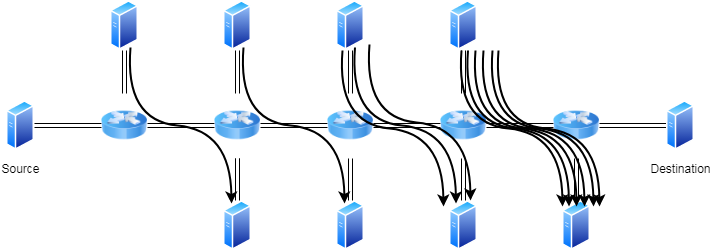
Before: out_hope_vs_timely/skinnyTopology.png, a diagram exported from draw.io (serhatarslan-hub/congestion-control-benchmark). Source tidied: cells renumbered, new cells last; positions are measured from the earlier drawing's top-left corner, leaving out a move shared by most shapes. Its diagram source:
```xml
<mxGraphModel background="#ffffff">
  <root>
    <mxCell id="0" />
    <mxCell id="1" parent="0" />
    <mxCell id="2" style="edgeStyle=orthogonalEdgeStyle;rounded=0;jettySize=auto;html=1;exitX=1;exitY=0.5;exitDx=0;exitDy=0;entryX=0;entryY=0.5;entryDx=0;entryDy=0;shape=link;" parent="1" edge="1" source="3" target="9">
      <mxGeometry relative="1" as="geometry" />
    </mxCell>
    <mxCell id="3" style="perimeter=ellipsePerimeter;html=1;align=center;shadow=0;dashed=0;spacingTop=3;image;image=img/lib/active_directory/generic_server.svg;" parent="1" vertex="1">
      <mxGeometry x="6" y="100" width="28" height="50" as="geometry" />
    </mxCell>
    <mxCell id="4" style="edgeStyle=orthogonalEdgeStyle;shape=link;rounded=0;jettySize=auto;html=1;exitX=0.5;exitY=1;exitDx=0;exitDy=0;entryX=0.5;entryY=0;entryDx=0;entryDy=0;" parent="1" edge="1" source="5" target="9">
      <mxGeometry relative="1" as="geometry" />
    </mxCell>
    <mxCell id="5" style="perimeter=ellipsePerimeter;html=1;align=center;shadow=0;dashed=0;spacingTop=3;image;image=img/lib/active_directory/generic_server.svg;" parent="1" vertex="1">
      <mxGeometry x="110" width="28" height="50" as="geometry" />
    </mxCell>
    <mxCell id="6" style="edgeStyle=orthogonalEdgeStyle;shape=link;rounded=0;jettySize=auto;html=1;exitX=0.5;exitY=0;exitDx=0;exitDy=0;entryX=0.5;entryY=1;entryDx=0;entryDy=0;" parent="1" edge="1" source="7" target="11">
      <mxGeometry relative="1" as="geometry" />
    </mxCell>
    <mxCell id="7" style="perimeter=ellipsePerimeter;html=1;align=center;shadow=0;dashed=0;spacingTop=3;image;image=img/lib/active_directory/generic_server.svg;" parent="1" vertex="1">
      <mxGeometry x="223" y="200" width="28" height="50" as="geometry" />
    </mxCell>
    <mxCell id="8" style="edgeStyle=orthogonalEdgeStyle;shape=link;rounded=0;jettySize=auto;html=1;exitX=1;exitY=0.5;exitDx=0;exitDy=0;entryX=0;entryY=0.5;entryDx=0;entryDy=0;" parent="1" edge="1" source="9" target="11">
      <mxGeometry relative="1" as="geometry" />
    </mxCell>
    <mxCell id="9" style="image;html=1;labelBackgroundColor=#ffffff;image=img/lib/clip_art/networking/Router_Icon_128x128.png;" parent="1" vertex="1">
      <mxGeometry x="101" y="92.5" width="46" height="65" as="geometry" />
    </mxCell>
    <mxCell id="10" style="edgeStyle=orthogonalEdgeStyle;shape=link;rounded=0;jettySize=auto;html=1;exitX=1;exitY=0.5;exitDx=0;exitDy=0;entryX=0;entryY=0.5;entryDx=0;entryDy=0;" parent="1" edge="1" source="11" target="13">
      <mxGeometry relative="1" as="geometry" />
    </mxCell>
    <mxCell id="11" style="image;html=1;labelBackgroundColor=#ffffff;image=img/lib/clip_art/networking/Router_Icon_128x128.png;" parent="1" vertex="1">
      <mxGeometry x="214" y="92.5" width="46" height="65" as="geometry" />
    </mxCell>
    <mxCell id="12" style="edgeStyle=orthogonalEdgeStyle;shape=link;rounded=0;jettySize=auto;html=1;exitX=1;exitY=0.5;exitDx=0;exitDy=0;entryX=0;entryY=0.5;entryDx=0;entryDy=0;" parent="1" edge="1" source="13" target="15">
      <mxGeometry relative="1" as="geometry" />
    </mxCell>
    <mxCell id="13" style="image;html=1;labelBackgroundColor=#ffffff;image=img/lib/clip_art/networking/Router_Icon_128x128.png;" parent="1" vertex="1">
      <mxGeometry x="327" y="92.5" width="46" height="65" as="geometry" />
    </mxCell>
    <mxCell id="14" style="edgeStyle=orthogonalEdgeStyle;shape=link;rounded=0;jettySize=auto;html=1;exitX=1;exitY=0.5;exitDx=0;exitDy=0;entryX=0;entryY=0.5;entryDx=0;entryDy=0;" parent="1" edge="1" source="15" target="17">
      <mxGeometry relative="1" as="geometry" />
    </mxCell>
    <mxCell id="15" style="image;html=1;labelBackgroundColor=#ffffff;image=img/lib/clip_art/networking/Router_Icon_128x128.png;" parent="1" vertex="1">
      <mxGeometry x="440" y="92.5" width="46" height="65" as="geometry" />
    </mxCell>
    <mxCell id="16" style="edgeStyle=orthogonalEdgeStyle;shape=link;rounded=0;jettySize=auto;html=1;exitX=1;exitY=0.5;exitDx=0;exitDy=0;entryX=0;entryY=0.5;entryDx=0;entryDy=0;" parent="1" edge="1" source="17" target="30">
      <mxGeometry relative="1" as="geometry" />
    </mxCell>
    <mxCell id="17" style="image;html=1;labelBackgroundColor=#ffffff;image=img/lib/clip_art/networking/Router_Icon_128x128.png;" parent="1" vertex="1">
      <mxGeometry x="553" y="92.5" width="46" height="65" as="geometry" />
    </mxCell>
    <mxCell id="18" style="edgeStyle=orthogonalEdgeStyle;shape=link;rounded=0;jettySize=auto;html=1;exitX=0.5;exitY=1;exitDx=0;exitDy=0;entryX=0.5;entryY=0;entryDx=0;entryDy=0;" parent="1" edge="1" source="19" target="11">
      <mxGeometry relative="1" as="geometry" />
    </mxCell>
    <mxCell id="19" style="perimeter=ellipsePerimeter;html=1;align=center;shadow=0;dashed=0;spacingTop=3;image;image=img/lib/active_directory/generic_server.svg;" parent="1" vertex="1">
      <mxGeometry x="223" width="28" height="50" as="geometry" />
    </mxCell>
    <mxCell id="20" style="edgeStyle=orthogonalEdgeStyle;shape=link;rounded=0;jettySize=auto;html=1;exitX=0.5;exitY=1;exitDx=0;exitDy=0;entryX=0.5;entryY=0;entryDx=0;entryDy=0;" parent="1" edge="1" source="21" target="13">
      <mxGeometry relative="1" as="geometry" />
    </mxCell>
    <mxCell id="21" style="perimeter=ellipsePerimeter;html=1;align=center;shadow=0;dashed=0;spacingTop=3;image;image=img/lib/active_directory/generic_server.svg;" parent="1" vertex="1">
      <mxGeometry x="336" width="28" height="50" as="geometry" />
    </mxCell>
    <mxCell id="22" style="edgeStyle=orthogonalEdgeStyle;shape=link;rounded=0;jettySize=auto;html=1;exitX=0.5;exitY=0;exitDx=0;exitDy=0;entryX=0.5;entryY=1;entryDx=0;entryDy=0;" parent="1" edge="1" source="23" target="13">
      <mxGeometry relative="1" as="geometry" />
    </mxCell>
    <mxCell id="23" style="perimeter=ellipsePerimeter;html=1;align=center;shadow=0;dashed=0;spacingTop=3;image;image=img/lib/active_directory/generic_server.svg;" parent="1" vertex="1">
      <mxGeometry x="336" y="200" width="28" height="50" as="geometry" />
    </mxCell>
    <mxCell id="24" style="edgeStyle=orthogonalEdgeStyle;shape=link;rounded=0;jettySize=auto;html=1;exitX=0.5;exitY=1;exitDx=0;exitDy=0;entryX=0.5;entryY=0;entryDx=0;entryDy=0;" parent="1" edge="1" source="25" target="15">
      <mxGeometry relative="1" as="geometry" />
    </mxCell>
    <mxCell id="25" style="perimeter=ellipsePerimeter;html=1;align=center;shadow=0;dashed=0;spacingTop=3;image;image=img/lib/active_directory/generic_server.svg;" parent="1" vertex="1">
      <mxGeometry x="449" width="28" height="50" as="geometry" />
    </mxCell>
    <mxCell id="26" style="edgeStyle=orthogonalEdgeStyle;shape=link;rounded=0;jettySize=auto;html=1;exitX=0.5;exitY=0;exitDx=0;exitDy=0;entryX=0.5;entryY=1;entryDx=0;entryDy=0;" parent="1" edge="1" source="27" target="15">
      <mxGeometry relative="1" as="geometry" />
    </mxCell>
    <mxCell id="27" style="perimeter=ellipsePerimeter;html=1;align=center;shadow=0;dashed=0;spacingTop=3;image;image=img/lib/active_directory/generic_server.svg;" parent="1" vertex="1">
      <mxGeometry x="449" y="200" width="28" height="50" as="geometry" />
    </mxCell>
    <mxCell id="28" style="edgeStyle=orthogonalEdgeStyle;shape=link;rounded=0;jettySize=auto;html=1;exitX=0.5;exitY=0;exitDx=0;exitDy=0;entryX=0.5;entryY=1;entryDx=0;entryDy=0;" parent="1" edge="1" source="29" target="17">
      <mxGeometry relative="1" as="geometry" />
    </mxCell>
    <mxCell id="29" style="perimeter=ellipsePerimeter;html=1;align=center;shadow=0;dashed=0;spacingTop=3;image;image=img/lib/active_directory/generic_server.svg;" parent="1" vertex="1">
      <mxGeometry x="562" y="200" width="28" height="50" as="geometry" />
    </mxCell>
    <mxCell id="30" style="perimeter=ellipsePerimeter;html=1;align=center;shadow=0;dashed=0;spacingTop=3;image;image=img/lib/active_directory/generic_server.svg;" parent="1" vertex="1">
      <mxGeometry x="666" y="100" width="28" height="50" as="geometry" />
    </mxCell>
    <mxCell id="31" style="edgeStyle=orthogonalEdgeStyle;shape=link;rounded=0;orthogonalLoop=1;jettySize=auto;html=1;exitX=0.5;exitY=1;exitDx=0;exitDy=0;" parent="1" edge="1" source="11" target="11">
      <mxGeometry relative="1" as="geometry" />
    </mxCell>
    <mxCell id="32" style="curved=1;endArrow=classic;html=1;entryX=0.25;entryY=0;entryDx=0;entryDy=0;exitX=0.75;exitY=1;exitDx=0;exitDy=0;strokeWidth=2;" parent="1" edge="1" source="5" target="7">
      <mxGeometry relative="1" as="geometry">
        <Array as="points">
          <mxPoint x="124" y="120" />
          <mxPoint x="230" y="130" />
        </Array>
      </mxGeometry>
    </mxCell>
    <mxCell id="33" style="curved=1;endArrow=classic;html=1;entryX=0.25;entryY=0;entryDx=0;entryDy=0;exitX=0.75;exitY=1;exitDx=0;exitDy=0;strokeWidth=2;" parent="1" edge="1">
      <mxGeometry relative="1" as="geometry">
        <mxPoint x="243" y="47" as="sourcePoint" />
        <mxPoint x="344" y="203" as="targetPoint" />
        <Array as="points">
          <mxPoint x="237" y="120" />
          <mxPoint x="343" y="130" />
        </Array>
      </mxGeometry>
    </mxCell>
    <mxCell id="34" style="curved=1;endArrow=classic;html=1;entryX=0.25;entryY=0;entryDx=0;entryDy=0;exitX=0.75;exitY=1;exitDx=0;exitDy=0;strokeWidth=2;" parent="1" edge="1">
      <mxGeometry relative="1" as="geometry">
        <mxPoint x="354.5" y="47" as="sourcePoint" />
        <mxPoint x="455.5" y="203" as="targetPoint" />
        <Array as="points">
          <mxPoint x="348.5" y="120" />
          <mxPoint x="454.5" y="130" />
        </Array>
      </mxGeometry>
    </mxCell>
    <mxCell id="35" style="curved=1;endArrow=classic;html=1;entryX=0.25;entryY=0;entryDx=0;entryDy=0;exitX=0.75;exitY=1;exitDx=0;exitDy=0;strokeWidth=2;" parent="1" edge="1">
      <mxGeometry relative="1" as="geometry">
        <mxPoint x="369" y="44" as="sourcePoint" />
        <mxPoint x="470" y="200" as="targetPoint" />
        <Array as="points">
          <mxPoint x="363" y="117" />
          <mxPoint x="469" y="127" />
        </Array>
      </mxGeometry>
    </mxCell>
    <mxCell id="36" style="curved=1;endArrow=classic;html=1;entryX=0.25;entryY=0;entryDx=0;entryDy=0;exitX=0.75;exitY=1;exitDx=0;exitDy=0;strokeWidth=2;" parent="1" edge="1">
      <mxGeometry relative="1" as="geometry">
        <mxPoint x="342" y="50" as="sourcePoint" />
        <mxPoint x="443" y="206" as="targetPoint" />
        <Array as="points">
          <mxPoint x="336" y="123" />
          <mxPoint x="442" y="133" />
        </Array>
      </mxGeometry>
    </mxCell>
    <mxCell id="37" style="curved=1;endArrow=classic;html=1;entryX=0.25;entryY=0;entryDx=0;entryDy=0;exitX=0.75;exitY=1;exitDx=0;exitDy=0;strokeWidth=2;" parent="1" edge="1">
      <mxGeometry relative="1" as="geometry">
        <mxPoint x="467.5" y="50" as="sourcePoint" />
        <mxPoint x="568.5" y="206" as="targetPoint" />
        <Array as="points">
          <mxPoint x="461.5" y="123" />
          <mxPoint x="567.5" y="133" />
        </Array>
      </mxGeometry>
    </mxCell>
    <mxCell id="38" style="curved=1;endArrow=classic;html=1;entryX=0.25;entryY=0;entryDx=0;entryDy=0;exitX=0.75;exitY=1;exitDx=0;exitDy=0;strokeWidth=2;" parent="1" edge="1">
      <mxGeometry relative="1" as="geometry">
        <mxPoint x="483" y="50" as="sourcePoint" />
        <mxPoint x="584" y="206" as="targetPoint" />
        <Array as="points">
          <mxPoint x="477" y="123" />
          <mxPoint x="583" y="133" />
        </Array>
      </mxGeometry>
    </mxCell>
    <mxCell id="39" style="curved=1;endArrow=classic;html=1;entryX=0.25;entryY=0;entryDx=0;entryDy=0;exitX=0.75;exitY=1;exitDx=0;exitDy=0;strokeWidth=2;" parent="1" edge="1">
      <mxGeometry relative="1" as="geometry">
        <mxPoint x="492" y="50" as="sourcePoint" />
        <mxPoint x="593" y="206" as="targetPoint" />
        <Array as="points">
          <mxPoint x="486" y="123" />
          <mxPoint x="592" y="133" />
        </Array>
      </mxGeometry>
    </mxCell>
    <mxCell id="40" style="curved=1;endArrow=classic;html=1;entryX=0.25;entryY=0;entryDx=0;entryDy=0;exitX=0.75;exitY=1;exitDx=0;exitDy=0;strokeWidth=2;" parent="1" edge="1">
      <mxGeometry relative="1" as="geometry">
        <mxPoint x="475" y="50" as="sourcePoint" />
        <mxPoint x="576" y="206" as="targetPoint" />
        <Array as="points">
          <mxPoint x="469" y="123" />
          <mxPoint x="575" y="133" />
        </Array>
      </mxGeometry>
    </mxCell>
    <mxCell id="41" style="curved=1;endArrow=classic;html=1;entryX=0.25;entryY=0;entryDx=0;entryDy=0;exitX=0.75;exitY=1;exitDx=0;exitDy=0;strokeWidth=2;" parent="1" edge="1">
      <mxGeometry relative="1" as="geometry">
        <mxPoint x="498" y="50" as="sourcePoint" />
        <mxPoint x="599" y="206" as="targetPoint" />
        <Array as="points">
          <mxPoint x="492" y="123" />
          <mxPoint x="598" y="133" />
        </Array>
      </mxGeometry>
    </mxCell>
    <mxCell id="42" style="curved=1;endArrow=classic;html=1;entryX=0.25;entryY=0;entryDx=0;entryDy=0;exitX=0.75;exitY=1;exitDx=0;exitDy=0;strokeWidth=2;" parent="1" edge="1">
      <mxGeometry relative="1" as="geometry">
        <mxPoint x="461" y="50" as="sourcePoint" />
        <mxPoint x="562" y="206" as="targetPoint" />
        <Array as="points">
          <mxPoint x="455" y="123" />
          <mxPoint x="561" y="133" />
        </Array>
      </mxGeometry>
    </mxCell>
    <mxCell id="43" value="Source" style="text;html=1;strokeColor=none;fillColor=none;align=center;verticalAlign=middle;whiteSpace=wrap;rounded=0;" parent="1" vertex="1">
      <mxGeometry y="157.5" width="40" height="20" as="geometry" />
    </mxCell>
    <mxCell id="44" value="Destination&lt;br&gt;" style="text;html=1;strokeColor=none;fillColor=none;align=center;verticalAlign=middle;whiteSpace=wrap;rounded=0;" parent="1" vertex="1">
      <mxGeometry x="660" y="157.5" width="40" height="20" as="geometry" />
    </mxCell>
  </root>
</mxGraphModel>
```
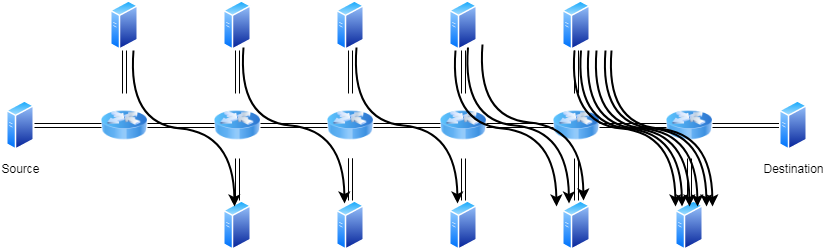
After the change.

What changed in the source:
```diff
@@ -2,11 +2,11 @@
   <root>
     <mxCell id="0" />
     <mxCell id="1" parent="0" />
-    <mxCell id="2" style="edgeStyle=orthogonalEdgeStyle;rounded=0;jettySize=auto;html=1;exitX=1;exitY=0.5;exitDx=0;exitDy=0;entryX=0;entryY=0.5;entryDx=0;entryDy=0;shape=link;" parent="1" edge="1" source="3" target="9">
-      <mxGeometry relative="1" as="geometry" />
-    </mxCell>
+    <mxCell id="45" style="edgeStyle=orthogonalEdgeStyle;rounded=0;jettySize=auto;html=1;exitX=1;exitY=0.5;exitDx=0;exitDy=0;entryX=0;entryY=0.5;entryDx=0;entryDy=0;shape=link;" parent="1" edge="1" source="3" target="49">
+      <mxGeometry relative="1" as="geometry" />
+    </mxCell>
     <mxCell id="3" style="perimeter=ellipsePerimeter;html=1;align=center;shadow=0;dashed=0;spacingTop=3;image;image=img/lib/active_directory/generic_server.svg;" parent="1" vertex="1">
-      <mxGeometry x="6" y="100" width="28" height="50" as="geometry" />
+      <mxGeometry x="-107" y="100" width="28" height="50" as="geometry" />
     </mxCell>
     <mxCell id="4" style="edgeStyle=orthogonalEdgeStyle;shape=link;rounded=0;jettySize=auto;html=1;exitX=0.5;exitY=1;exitDx=0;exitDy=0;entryX=0.5;entryY=0;entryDx=0;entryDy=0;" parent="1" edge="1" source="5" target="9">
       <mxGeometry relative="1" as="geometry" />
@@ -23,6 +23,9 @@
     <mxCell id="8" style="edgeStyle=orthogonalEdgeStyle;shape=link;rounded=0;jettySize=auto;html=1;exitX=1;exitY=0.5;exitDx=0;exitDy=0;entryX=0;entryY=0.5;entryDx=0;entryDy=0;" parent="1" edge="1" source="9" target="11">
       <mxGeometry relative="1" as="geometry" />
     </mxCell>
+    <mxCell id="46" style="edgeStyle=orthogonalEdgeStyle;shape=link;rounded=0;jettySize=auto;html=1;exitX=0.5;exitY=1;exitDx=0;exitDy=0;entryX=0.5;entryY=0;entryDx=0;entryDy=0;" parent="1" edge="1" source="9" target="47">
+      <mxGeometry relative="1" as="geometry" />
+    </mxCell>
     <mxCell id="9" style="image;html=1;labelBackgroundColor=#ffffff;image=img/lib/clip_art/networking/Router_Icon_128x128.png;" parent="1" vertex="1">
       <mxGeometry x="101" y="92.5" width="46" height="65" as="geometry" />
     </mxCell>
@@ -201,10 +204,35 @@
       </mxGeometry>
     </mxCell>
     <mxCell id="43" value="Source" style="text;html=1;strokeColor=none;fillColor=none;align=center;verticalAlign=middle;whiteSpace=wrap;rounded=0;" parent="1" vertex="1">
-      <mxGeometry y="157.5" width="40" height="20" as="geometry" />
+      <mxGeometry x="-113" y="157.5" width="40" height="20" as="geometry" />
     </mxCell>
     <mxCell id="44" value="Destination&lt;br&gt;" style="text;html=1;strokeColor=none;fillColor=none;align=center;verticalAlign=middle;whiteSpace=wrap;rounded=0;" parent="1" vertex="1">
       <mxGeometry x="660" y="157.5" width="40" height="20" as="geometry" />
     </mxCell>
+    <mxCell id="47" style="perimeter=ellipsePerimeter;html=1;align=center;shadow=0;dashed=0;spacingTop=3;image;image=img/lib/active_directory/generic_server.svg;" parent="1" vertex="1">
+      <mxGeometry x="110" y="200" width="28" height="50" as="geometry" />
+    </mxCell>
+    <mxCell id="48" style="edgeStyle=orthogonalEdgeStyle;shape=link;rounded=0;jettySize=auto;html=1;exitX=1;exitY=0.5;exitDx=0;exitDy=0;entryX=0;entryY=0.5;entryDx=0;entryDy=0;" parent="1" edge="1" source="49" target="9">
+      <mxGeometry relative="1" as="geometry" />
+    </mxCell>
+    <mxCell id="49" style="image;html=1;labelBackgroundColor=#ffffff;image=img/lib/clip_art/networking/Router_Icon_128x128.png;" parent="1" vertex="1">
+      <mxGeometry x="-12" y="92.5" width="46" height="65" as="geometry" />
+    </mxCell>
+    <mxCell id="50" style="edgeStyle=orthogonalEdgeStyle;shape=link;rounded=0;jettySize=auto;html=1;exitX=0.5;exitY=1;exitDx=0;exitDy=0;entryX=0.5;entryY=0;entryDx=0;entryDy=0;" parent="1" edge="1" source="51" target="49">
+      <mxGeometry relative="1" as="geometry" />
+    </mxCell>
+    <mxCell id="51" style="perimeter=ellipsePerimeter;html=1;align=center;shadow=0;dashed=0;spacingTop=3;image;image=img/lib/active_directory/generic_server.svg;" parent="1" vertex="1">
+      <mxGeometry x="-3" width="28" height="50" as="geometry" />
+    </mxCell>
+    <mxCell id="52" style="curved=1;endArrow=classic;html=1;entryX=0.25;entryY=0;entryDx=0;entryDy=0;exitX=0.75;exitY=1;exitDx=0;exitDy=0;strokeWidth=2;" parent="1" edge="1">
+      <mxGeometry relative="1" as="geometry">
+        <mxPoint x="20" y="50" as="sourcePoint" />
+        <mxPoint x="121" y="206" as="targetPoint" />
+        <Array as="points">
+          <mxPoint x="14" y="123" />
+          <mxPoint x="120" y="133" />
+        </Array>
+      </mxGeometry>
+    </mxCell>
   </root>
 </mxGraphModel>
```
